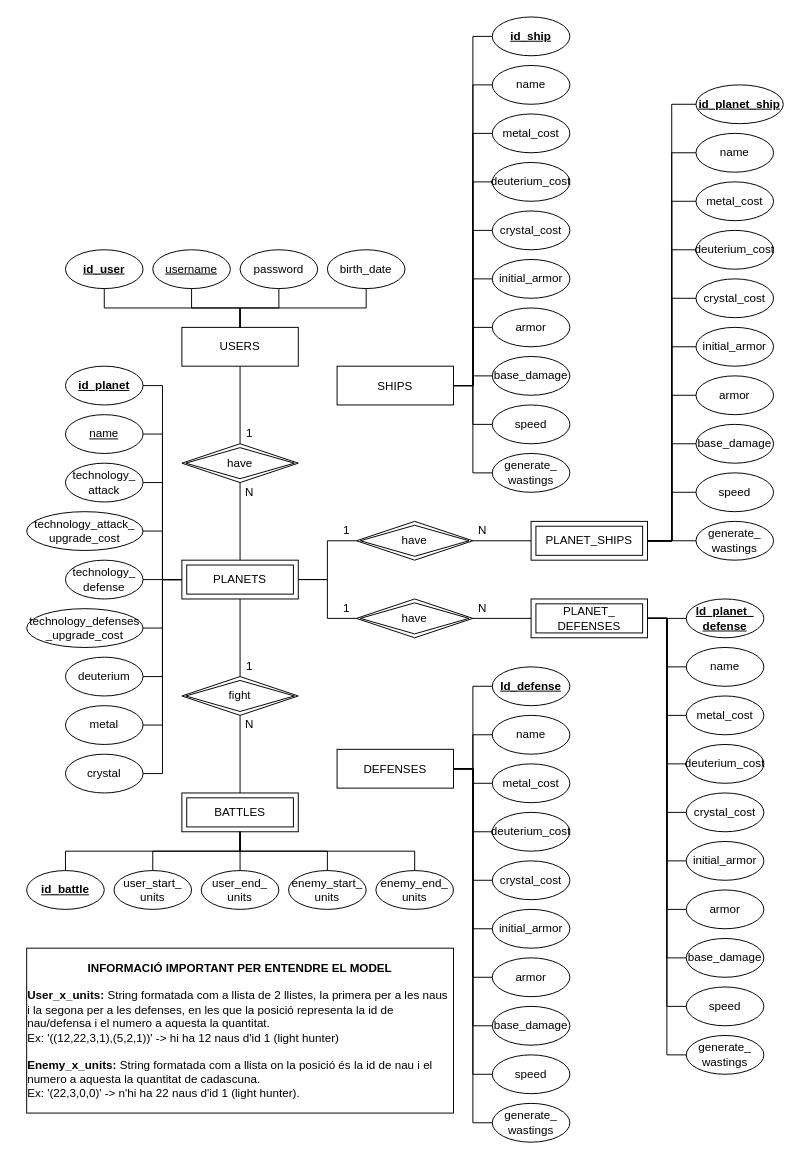
The draw.io diagram M2/DiagramaChen_PlanetWars.drawio in SergioHerreraMarin/PlanetWarsProyectoM3, before the edit. Source tidied: cells renumbered, new cells numbered last; positions are measured from the earlier drawing's top-left corner, leaving out a move shared by most shapes. Both pictures are drawn from the tidied source at 97%, with x=0, y=0 at pixel (26, 16).
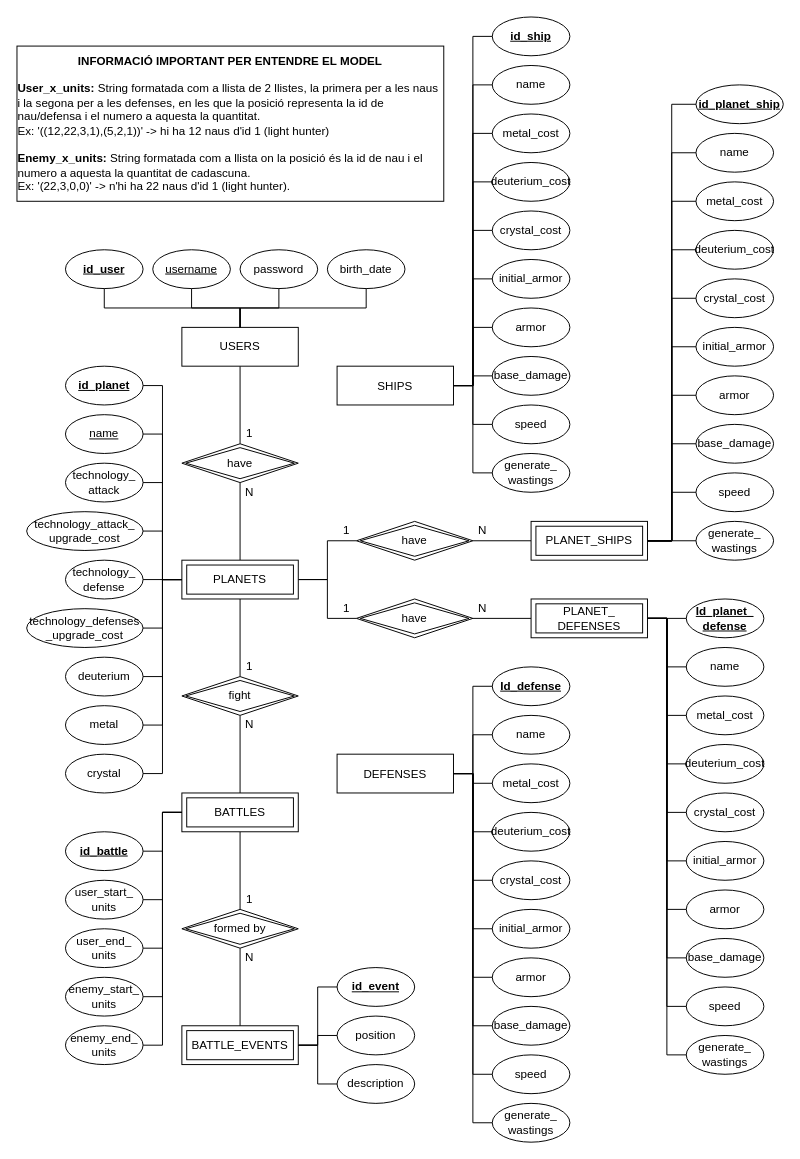
The same diagram, later.

The change refers to these unchanged cells:
```xml
<mxCell id="39" style="group;flipH=0;" parent="1" vertex="1">
  <mxGeometry x="320" width="240" height="490" as="geometry" />
</mxCell>
```

Change to the diagram source:
```diff
@@
-    <mxCell id="16" value="&lt;div style=&quot;&quot;&gt;&lt;span style=&quot;background-color: initial;&quot;&gt;&lt;b&gt;INFORMACIÓ IMPORTANT PER ENTENDRE EL MODEL&lt;/b&gt;&lt;/span&gt;&lt;/div&gt;&lt;div style=&quot;text-align: left;&quot;&gt;&lt;span style=&quot;background-color: initial;&quot;&gt;&lt;b&gt;&lt;br&gt;&lt;/b&gt;&lt;/span&gt;&lt;/div&gt;&lt;div style=&quot;text-align: left;&quot;&gt;&lt;span style=&quot;background-color: initial;&quot;&gt;&lt;b&gt;User_x_units:&lt;/b&gt; String formatada com a llista de 2 llistes, la primera per a les naus i la segona per a les defenses, en les que la posició representa la id de nau/defensa i el numero a aquesta la quantitat.&lt;/span&gt;&lt;/div&gt;&lt;div style=&quot;text-align: left;&quot;&gt;&lt;span style=&quot;background-color: initial;&quot;&gt;Ex: '((12,22,3,1),(5,2,1))' -&amp;gt; hi ha 12 naus d'id 1 (light hunter)&lt;/span&gt;&lt;/div&gt;&lt;div style=&quot;text-align: left;&quot;&gt;&lt;span style=&quot;background-color: initial;&quot;&gt;&lt;br&gt;&lt;/span&gt;&lt;/div&gt;&lt;div style=&quot;text-align: left;&quot;&gt;&lt;span style=&quot;background-color: initial;&quot;&gt;&lt;b&gt;Enemy_x_units:&lt;/b&gt; String formatada com a llista on la posició és la id de nau i el numero a aquesta la quantitat de cadascuna.&lt;/span&gt;&lt;/div&gt;&lt;div style=&quot;text-align: left;&quot;&gt;&lt;span style=&quot;background-color: initial;&quot;&gt;Ex: '(22,3,0,0)' -&amp;gt; n'hi ha 22 naus d'id 1 (light hunter).&lt;/span&gt;&lt;/div&gt;" style="rounded=0;whiteSpace=wrap;html=1;" parent="1" vertex="1">
-      <mxGeometry y="960" width="440" height="170" as="geometry" />
-    </mxCell>
-    <mxCell id="17" style="group;" parent="1" vertex="1">
+    <mxCell id="17" style="group;fontStyle=5;" parent="1" vertex="1">
       <mxGeometry x="320" y="670" width="240" height="490" as="geometry" />
     </mxCell>
     <mxCell id="18" value="DEFENSES" style="%3CmxGraphModel%3E%3Croot%3E%3CmxCell%20id%3D%220%22%2F%3E%3CmxCell%20id%3D%221%22%20parent%3D%220%22%2F%3E%3CmxCell%20id%3D%222%22%20value%3D%22PLANETS%22%20style%3D%22rounded%3D0%3BwhiteSpace%3Dwrap%3Bhtml%3D1%3B%22%20vertex%3D%221%22%20parent%3D%221%22%3E%3CmxGeometry%20x%3D%22200%22%20y%3D%22560%22%20width%3D%22120%22%20height%3D%2240%22%20as%3D%22geometry%22%2F%3E%3C%2FmxCell%3E%3C%2Froot%3E%3C%2FmxGraphModel%3E;" parent="17" vertex="1">
-      <mxGeometry y="85" width="120" height="40" as="geometry" />
+      <mxGeometry y="90" width="120" height="40" as="geometry" />
     </mxCell>
@@
+    <mxCell id="155" value="id_event" style="ellipse;whiteSpace=wrap;html=1;fontStyle=5;" parent="17" vertex="1">
+      <mxGeometry y="310" width="80" height="40" as="geometry" />
+    </mxCell>
+    <mxCell id="156" value="position" style="ellipse;whiteSpace=wrap;html=1;" parent="17" vertex="1">
+      <mxGeometry y="360" width="80" height="40" as="geometry" />
+    </mxCell>
+    <mxCell id="157" value="description" style="ellipse;whiteSpace=wrap;html=1;" parent="17" vertex="1">
+      <mxGeometry y="410" width="80" height="40" as="geometry" />
+    </mxCell>
@@
-    <mxCell id="42" value="name" style="ellipse;whiteSpace=wrap;html=1;" parent="39" vertex="1">
+    <mxCell id="42" value="name" style="ellipse;whiteSpace=wrap;html=1;fontStyle=0;" parent="39" vertex="1">
       <mxGeometry x="160" y="50" width="80" height="40" as="geometry" />
     </mxCell>
@@
+    <mxCell id="16" value="&lt;div style=&quot;&quot;&gt;&lt;span style=&quot;background-color: initial;&quot;&gt;&lt;b&gt;INFORMACIÓ IMPORTANT PER ENTENDRE EL MODEL&lt;/b&gt;&lt;/span&gt;&lt;/div&gt;&lt;div style=&quot;text-align: left;&quot;&gt;&lt;span style=&quot;background-color: initial;&quot;&gt;&lt;b&gt;&lt;br&gt;&lt;/b&gt;&lt;/span&gt;&lt;/div&gt;&lt;div style=&quot;text-align: left;&quot;&gt;&lt;span style=&quot;background-color: initial;&quot;&gt;&lt;b&gt;User_x_units:&lt;/b&gt; String formatada com a llista de 2 llistes, la primera per a les naus i la segona per a les defenses, en les que la posició representa la id de nau/defensa i el numero a aquesta la quantitat.&lt;/span&gt;&lt;/div&gt;&lt;div style=&quot;text-align: left;&quot;&gt;&lt;span style=&quot;background-color: initial;&quot;&gt;Ex: '((12,22,3,1),(5,2,1))' -&amp;gt; hi ha 12 naus d'id 1 (light hunter)&lt;/span&gt;&lt;/div&gt;&lt;div style=&quot;text-align: left;&quot;&gt;&lt;span style=&quot;background-color: initial;&quot;&gt;&lt;br&gt;&lt;/span&gt;&lt;/div&gt;&lt;div style=&quot;text-align: left;&quot;&gt;&lt;span style=&quot;background-color: initial;&quot;&gt;&lt;b&gt;Enemy_x_units:&lt;/b&gt; String formatada com a llista on la posició és la id de nau i el numero a aquesta la quantitat de cadascuna.&lt;/span&gt;&lt;/div&gt;&lt;div style=&quot;text-align: left;&quot;&gt;&lt;span style=&quot;background-color: initial;&quot;&gt;Ex: '(22,3,0,0)' -&amp;gt; n'hi ha 22 naus d'id 1 (light hunter).&lt;/span&gt;&lt;/div&gt;" style="rounded=0;whiteSpace=wrap;html=1;" parent="39" vertex="1">
+      <mxGeometry x="-330" y="30" width="440" height="160" as="geometry" />
+    </mxCell>
@@
-    <mxCell id="91" style="group;" parent="1" vertex="1">
-      <mxGeometry y="800" width="440" height="120" as="geometry" />
-    </mxCell>
-    <mxCell id="92" value="BATTLES" style="shape=ext;margin=3;double=1;whiteSpace=wrap;html=1;align=center;" parent="91" vertex="1">
-      <mxGeometry x="160" width="120" height="40" as="geometry" />
-    </mxCell>
-    <mxCell id="93" value="id_battle" style="ellipse;whiteSpace=wrap;html=1;fontStyle=5;" parent="91" vertex="1">
-      <mxGeometry y="80" width="80" height="40" as="geometry" />
-    </mxCell>
-    <mxCell id="94" value="user_start_&lt;br&gt;units" style="ellipse;whiteSpace=wrap;html=1;" parent="91" vertex="1">
-      <mxGeometry x="90" y="80" width="80" height="40" as="geometry" />
-    </mxCell>
-    <mxCell id="95" value="user_end_&lt;br&gt;units" style="ellipse;whiteSpace=wrap;html=1;" parent="91" vertex="1">
-      <mxGeometry x="180" y="80" width="80" height="40" as="geometry" />
-    </mxCell>
-    <mxCell id="96" value="enemy_start_&lt;br&gt;units" style="ellipse;whiteSpace=wrap;html=1;" parent="91" vertex="1">
-      <mxGeometry x="270" y="80" width="80" height="40" as="geometry" />
-    </mxCell>
-    <mxCell id="97" value="enemy_end_&lt;br&gt;units" style="ellipse;whiteSpace=wrap;html=1;" parent="91" vertex="1">
-      <mxGeometry x="360" y="80" width="80" height="40" as="geometry" />
-    </mxCell>
-    <mxCell id="98" style="edgeStyle=orthogonalEdgeStyle;rounded=0;jettySize=auto;html=1;exitX=0.5;exitY=0;exitDx=0;exitDy=0;entryX=0.5;entryY=1;entryDx=0;entryDy=0;endArrow=none;endFill=0;" parent="91" edge="1" source="93" target="92">
-      <mxGeometry relative="1" as="geometry" />
-    </mxCell>
-    <mxCell id="99" style="edgeStyle=orthogonalEdgeStyle;rounded=0;jettySize=auto;html=1;exitX=0.5;exitY=0;exitDx=0;exitDy=0;entryX=0.5;entryY=1;entryDx=0;entryDy=0;endArrow=none;endFill=0;" parent="91" edge="1" source="94" target="92">
-      <mxGeometry relative="1" as="geometry" />
-    </mxCell>
-    <mxCell id="100" style="edgeStyle=orthogonalEdgeStyle;rounded=0;jettySize=auto;html=1;exitX=0.5;exitY=0;exitDx=0;exitDy=0;entryX=0.5;entryY=1;entryDx=0;entryDy=0;endArrow=none;endFill=0;" parent="91" edge="1" source="95" target="92">
-      <mxGeometry relative="1" as="geometry" />
-    </mxCell>
-    <mxCell id="101" style="edgeStyle=orthogonalEdgeStyle;rounded=0;jettySize=auto;html=1;exitX=0.5;exitY=0;exitDx=0;exitDy=0;entryX=0.5;entryY=1;entryDx=0;entryDy=0;endArrow=none;endFill=0;" parent="91" edge="1" source="96" target="92">
-      <mxGeometry relative="1" as="geometry" />
-    </mxCell>
-    <mxCell id="102" style="edgeStyle=orthogonalEdgeStyle;rounded=0;jettySize=auto;html=1;exitX=0.5;exitY=0;exitDx=0;exitDy=0;entryX=0.5;entryY=1;entryDx=0;entryDy=0;endArrow=none;endFill=0;" parent="91" edge="1" source="97" target="92">
-      <mxGeometry relative="1" as="geometry" />
-    </mxCell>
@@
+    <mxCell id="158" value="BATTLE_EVENTS" style="shape=ext;margin=3;double=1;whiteSpace=wrap;html=1;align=center;" parent="1" vertex="1">
+      <mxGeometry x="160" y="1040" width="120" height="40" as="geometry" />
+    </mxCell>
+    <mxCell id="159" style="edgeStyle=orthogonalEdgeStyle;rounded=0;jettySize=auto;html=1;exitX=0.5;exitY=1;exitDx=0;exitDy=0;entryX=0.5;entryY=0;entryDx=0;entryDy=0;endArrow=none;endFill=0;" parent="1" edge="1" source="92" target="161">
+      <mxGeometry relative="1" as="geometry" />
+    </mxCell>
+    <mxCell id="92" value="BATTLES" style="shape=ext;margin=3;double=1;whiteSpace=wrap;html=1;align=center;" parent="1" vertex="1">
+      <mxGeometry x="160" y="800" width="120" height="40" as="geometry" />
+    </mxCell>
+    <mxCell id="98" style="edgeStyle=orthogonalEdgeStyle;rounded=0;jettySize=auto;html=1;exitX=1;exitY=0.5;exitDx=0;exitDy=0;entryX=0;entryY=0.5;entryDx=0;entryDy=0;endArrow=none;endFill=0;" parent="1" edge="1" source="93" target="92">
+      <mxGeometry relative="1" as="geometry" />
+    </mxCell>
+    <mxCell id="93" value="id_battle" style="ellipse;whiteSpace=wrap;html=1;fontStyle=5;" parent="1" vertex="1">
+      <mxGeometry x="40" y="840" width="80" height="40" as="geometry" />
+    </mxCell>
+    <mxCell id="99" style="edgeStyle=orthogonalEdgeStyle;rounded=0;jettySize=auto;html=1;exitX=1;exitY=0.5;exitDx=0;exitDy=0;entryX=0;entryY=0.5;entryDx=0;entryDy=0;endArrow=none;endFill=0;" parent="1" edge="1" source="94" target="92">
+      <mxGeometry relative="1" as="geometry" />
+    </mxCell>
+    <mxCell id="94" value="user_start_&lt;br&gt;units" style="ellipse;whiteSpace=wrap;html=1;" parent="1" vertex="1">
+      <mxGeometry x="40" y="890" width="80" height="40" as="geometry" />
+    </mxCell>
+    <mxCell id="100" style="edgeStyle=orthogonalEdgeStyle;rounded=0;jettySize=auto;html=1;exitX=1;exitY=0.5;exitDx=0;exitDy=0;entryX=0;entryY=0.5;entryDx=0;entryDy=0;endArrow=none;endFill=0;" parent="1" edge="1" source="95" target="92">
+      <mxGeometry relative="1" as="geometry" />
+    </mxCell>
+    <mxCell id="95" value="user_end_&lt;br&gt;units" style="ellipse;whiteSpace=wrap;html=1;" parent="1" vertex="1">
+      <mxGeometry x="40" y="940" width="80" height="40" as="geometry" />
+    </mxCell>
+    <mxCell id="101" style="edgeStyle=orthogonalEdgeStyle;rounded=0;jettySize=auto;html=1;exitX=1;exitY=0.5;exitDx=0;exitDy=0;entryX=0;entryY=0.5;entryDx=0;entryDy=0;endArrow=none;endFill=0;" parent="1" edge="1" source="96" target="92">
+      <mxGeometry relative="1" as="geometry" />
+    </mxCell>
+    <mxCell id="96" value="enemy_start_&lt;br&gt;units" style="ellipse;whiteSpace=wrap;html=1;" parent="1" vertex="1">
+      <mxGeometry x="40" y="990" width="80" height="40" as="geometry" />
+    </mxCell>
+    <mxCell id="102" style="edgeStyle=orthogonalEdgeStyle;rounded=0;jettySize=auto;html=1;exitX=1;exitY=0.5;exitDx=0;exitDy=0;entryX=0;entryY=0.5;entryDx=0;entryDy=0;endArrow=none;endFill=0;" parent="1" edge="1" source="97" target="92">
+      <mxGeometry relative="1" as="geometry" />
+    </mxCell>
+    <mxCell id="97" value="enemy_end_&lt;br&gt;units" style="ellipse;whiteSpace=wrap;html=1;" parent="1" vertex="1">
+      <mxGeometry x="40" y="1040" width="80" height="40" as="geometry" />
+    </mxCell>
+    <mxCell id="160" style="edgeStyle=orthogonalEdgeStyle;rounded=0;jettySize=auto;html=1;exitX=0.5;exitY=1;exitDx=0;exitDy=0;entryX=0.5;entryY=0;entryDx=0;entryDy=0;endArrow=none;endFill=0;" parent="1" edge="1" source="161" target="158">
+      <mxGeometry relative="1" as="geometry" />
+    </mxCell>
+    <mxCell id="161" value="formed by" style="shape=rhombus;double=1;perimeter=rhombusPerimeter;whiteSpace=wrap;html=1;align=center;sketch=0;strokeColor=default;" parent="1" vertex="1">
+      <mxGeometry x="160" y="920" width="120" height="40" as="geometry" />
+    </mxCell>
+    <mxCell id="162" style="edgeStyle=orthogonalEdgeStyle;rounded=0;jettySize=auto;html=1;exitX=0;exitY=0.5;exitDx=0;exitDy=0;entryX=1;entryY=0.5;entryDx=0;entryDy=0;endArrow=none;endFill=0;" parent="1" edge="1" source="157" target="158">
+      <mxGeometry relative="1" as="geometry" />
+    </mxCell>
+    <mxCell id="163" style="edgeStyle=orthogonalEdgeStyle;rounded=0;jettySize=auto;html=1;exitX=0;exitY=0.5;exitDx=0;exitDy=0;entryX=1;entryY=0.5;entryDx=0;entryDy=0;endArrow=none;endFill=0;" parent="1" edge="1" source="155" target="158">
+      <mxGeometry relative="1" as="geometry" />
+    </mxCell>
+    <mxCell id="164" style="edgeStyle=orthogonalEdgeStyle;rounded=0;jettySize=auto;html=1;exitX=0;exitY=0.5;exitDx=0;exitDy=0;entryX=1;entryY=0.5;entryDx=0;entryDy=0;endArrow=none;endFill=0;" parent="1" edge="1" source="156" target="158">
+      <mxGeometry relative="1" as="geometry" />
+    </mxCell>
+    <mxCell id="165" value="N" style="text;html=1;strokeColor=none;fillColor=none;align=center;verticalAlign=middle;whiteSpace=wrap;rounded=0;" parent="1" vertex="1">
+      <mxGeometry x="220" y="960" width="20" height="20" as="geometry" />
+    </mxCell>
+    <mxCell id="166" value="1" style="text;html=1;strokeColor=none;fillColor=none;align=center;verticalAlign=middle;whiteSpace=wrap;rounded=0;" parent="1" vertex="1">
+      <mxGeometry x="220" y="900" width="20" height="20" as="geometry" />
+    </mxCell>
```
